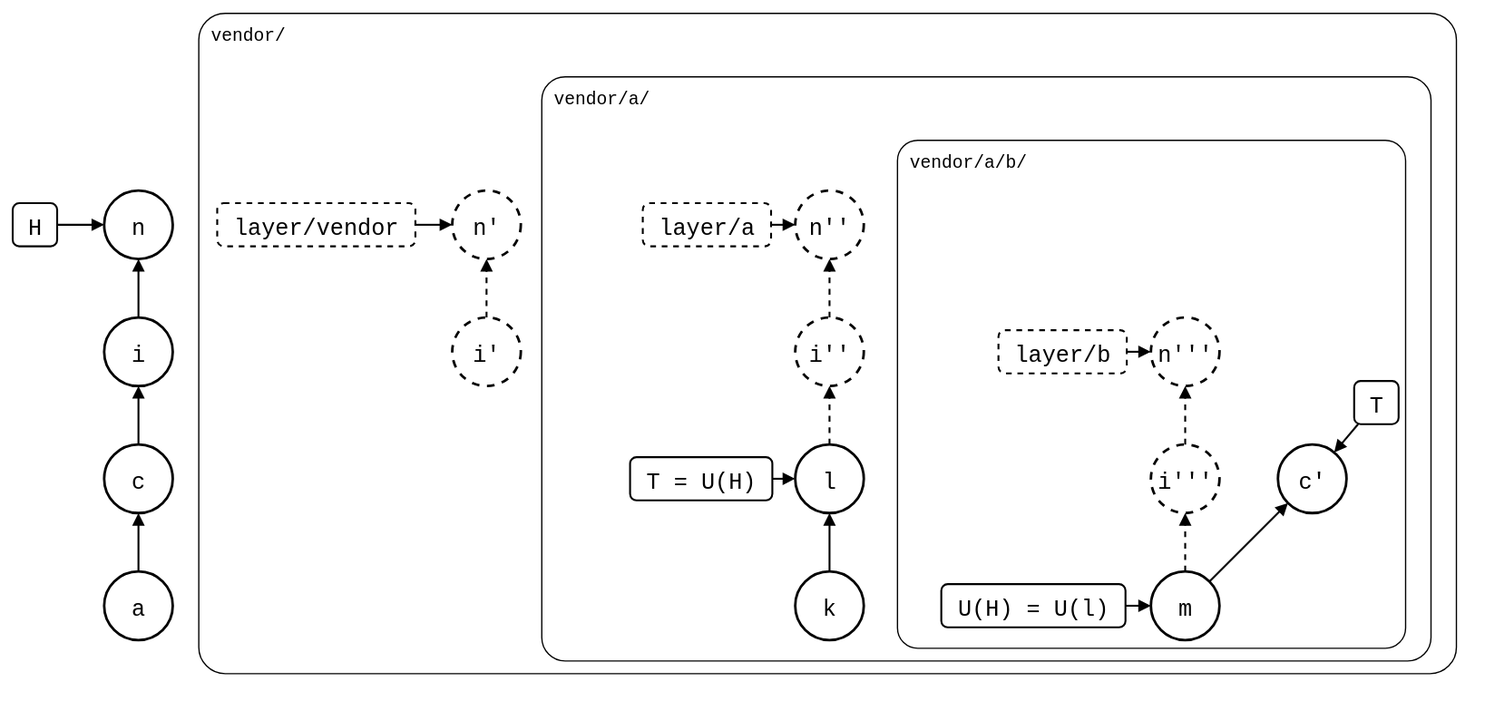
Earlier version of the draw.io export docs/09-scenarios/05-nested-splices/01-nested-splices/layers-one-by-one.drawio.svg (roschaefer/git-splice). Source tidied: cells renumbered, new cells last; positions are measured from the earlier drawing's top-left corner, leaving out a move shared by most shapes.
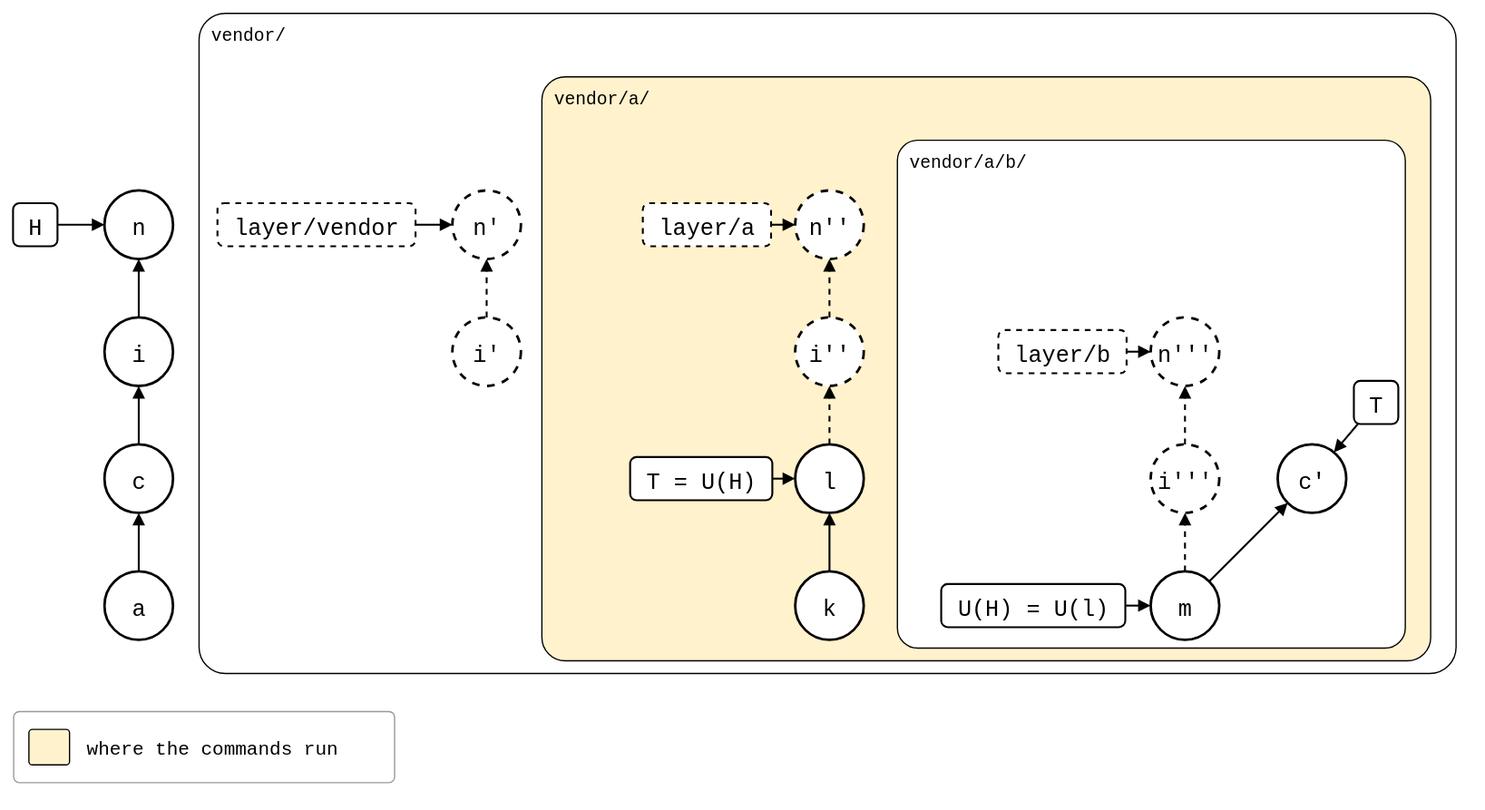
The same file after the commit.

Commit message:
docs(scenarios): shade the lane whose repository the commands run in (#403)

What changed in the source:
```diff
@@ -5,10 +5,10 @@
     <mxCell id="2" value="vendor/" style="rounded=1;arcSize=4;fillColor=none;strokeWidth=1;fontSize=14;verticalAlign=top;align=left;spacingLeft=8;spacingTop=2;fontFamily=Roboto Mono,monospace;" parent="1" vertex="1">
       <mxGeometry x="146" width="990" height="520" as="geometry" />
     </mxCell>
-    <mxCell id="3" value="vendor/a/" style="rounded=1;arcSize=4;fillColor=none;strokeWidth=1;fontSize=14;verticalAlign=top;align=left;spacingLeft=8;spacingTop=2;fontFamily=Roboto Mono,monospace;" parent="1" vertex="1">
+    <mxCell id="3" value="vendor/a/" style="rounded=1;arcSize=4;fillColor=#FFF2CC;strokeWidth=1;fontSize=14;verticalAlign=top;align=left;spacingLeft=8;spacingTop=2;fontFamily=Roboto Mono,monospace;" parent="1" vertex="1">
       <mxGeometry x="416" y="50" width="700" height="460" as="geometry" />
     </mxCell>
-    <mxCell id="4" value="vendor/a/b/" style="rounded=1;arcSize=4;fillColor=none;strokeWidth=1;fontSize=14;verticalAlign=top;align=left;spacingLeft=8;spacingTop=2;fontFamily=Roboto Mono,monospace;" parent="1" vertex="1">
+    <mxCell id="4" value="vendor/a/b/" style="rounded=1;arcSize=4;fillColor=#ffffff;strokeWidth=1;fontSize=14;verticalAlign=top;align=left;spacingLeft=8;spacingTop=2;fontFamily=Roboto Mono,monospace;" parent="1" vertex="1">
       <mxGeometry x="696" y="100" width="400" height="400" as="geometry" />
     </mxCell>
     <mxCell id="5" value="a" style="ellipse;strokeWidth=2;fontSize=18;fontFamily=Roboto Mono,monospace;" parent="1" vertex="1">
@@ -125,5 +125,14 @@
     <mxCell id="42" style="endArrow=block;endFill=1;strokeWidth=1.5;rounded=0;" parent="1" edge="1" source="25" target="18">
       <mxGeometry relative="1" as="geometry" />
     </mxCell>
+    <mxCell id="43" style="rounded=1;arcSize=8;fillColor=none;strokeColor=#999999;strokeWidth=1;legend=1;" parent="1" vertex="1">
+      <mxGeometry y="550" width="300" height="56" as="geometry" />
+    </mxCell>
+    <mxCell id="44" style="rounded=1;arcSize=10;strokeWidth=1;fillColor=#FFF2CC;" parent="43" vertex="1">
+      <mxGeometry x="12" y="14" width="32" height="28" as="geometry" />
+    </mxCell>
+    <mxCell id="45" value="where the commands run" style="text;align=left;verticalAlign=middle;fontSize=15;fontFamily=Roboto Mono,monospace;" parent="43" vertex="1">
+      <mxGeometry x="56" y="12" width="230" height="32" as="geometry" />
+    </mxCell>
   </root>
 </mxGraphModel>
```
